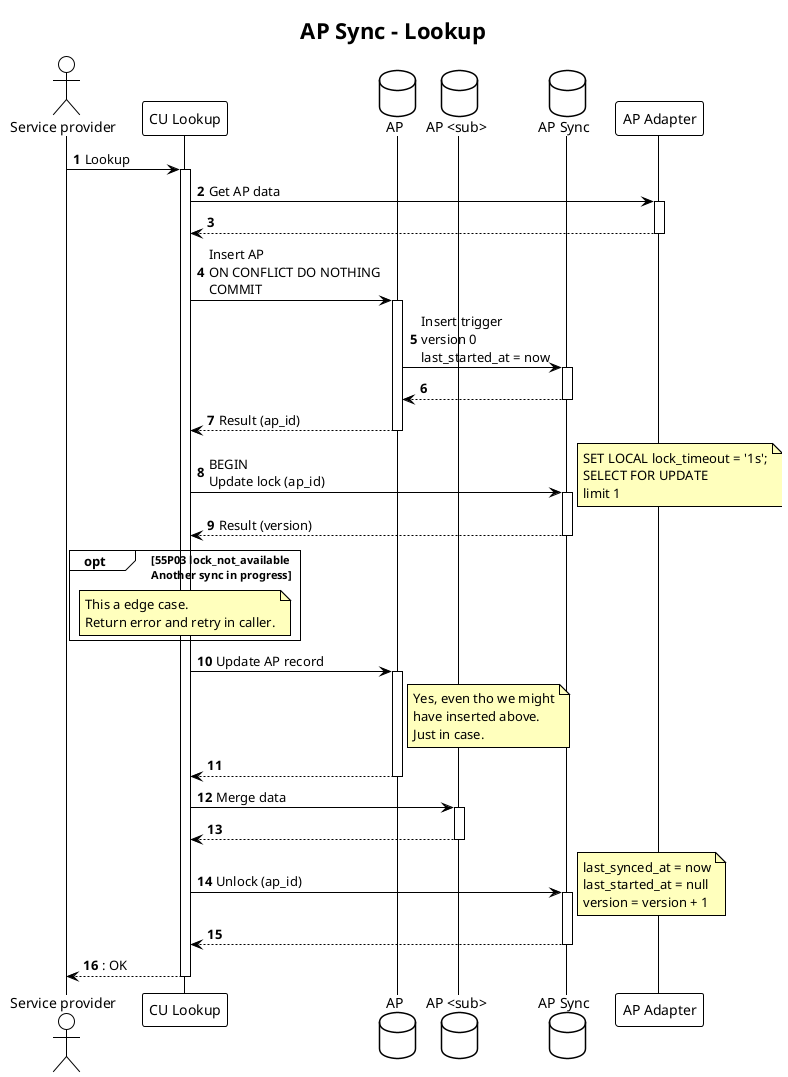
The PlantUML diagram docs/diagrams/accounting-point-sync-lookup.png in elhub/flex-information-system, before a commit.
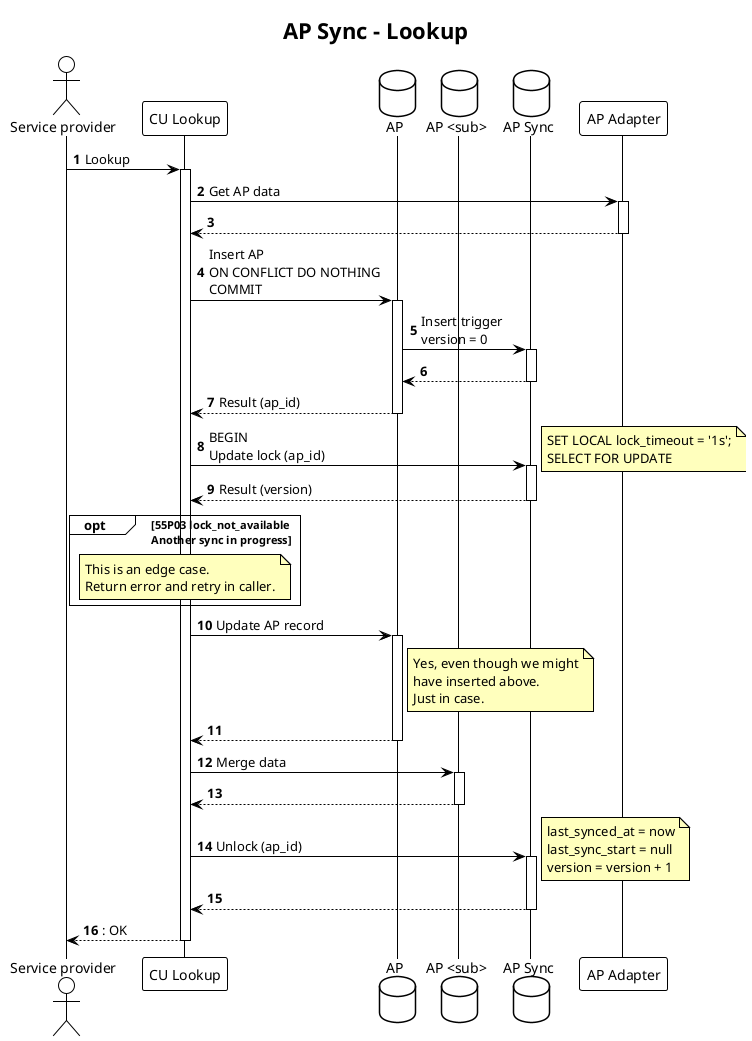
Later version of the same file.

The edit, as a diff of the source:
```diff
@@ -22,7 +22,7 @@
 return
 
 CUL -> AP: Insert AP\nON CONFLICT DO NOTHING\nCOMMIT
-AP -> APS: Insert trigger\nversion 0\nlast_started_at = now
+AP -> APS: Insert trigger\nversion = 0
 return
 return Result (ap_id)
 
@@ -30,20 +30,19 @@
 note right
     SET LOCAL lock_timeout = '1s';
     SELECT FOR UPDATE
-    limit 1
 end note
 return Result (version)
 
 opt 55P03 lock_not_available\nAnother sync in progress
     note over CUL
-        This a edge case.
+        This is an edge case.
         Return error and retry in caller.
     end note
 end
 
 CUL -> AP: Update AP record
 note right of AP
-    Yes, even tho we might
+    Yes, even though we might
     have inserted above.
     Just in case.
 end note
@@ -54,7 +53,7 @@
 CUL -> APS: Unlock (ap_id)
 note right
     last_synced_at = now
-    last_started_at = null
+    last_sync_start = null
     version = version + 1
 end note
 return
```
